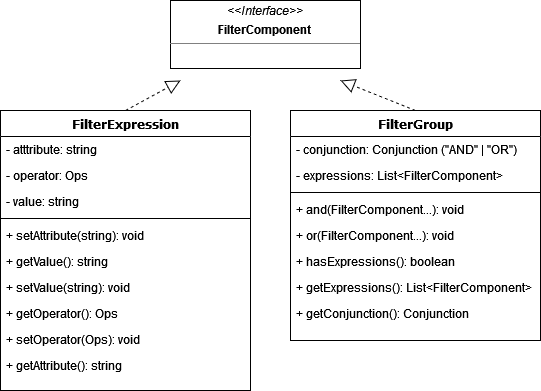
Above: docs/images/FilterSpec_Diagram.png in AAFC-BICoE/dina-base-api (draw.io), before the change. Source tidied: cells renumbered, new cells last; positions are measured from the earlier drawing's top-left corner, leaving out a move shared by most shapes. The source it was exported from:
```xml
<mxGraphModel>
  <root>
    <mxCell id="0" />
    <mxCell id="1" parent="0" />
    <mxCell id="2" value="FilterExpression" style="swimlane;html=1;fontStyle=1;align=center;verticalAlign=top;horizontal=1;startSize=26;swimlaneFillColor=#ffffff;rounded=0;shadow=0;comic=0;labelBackgroundColor=none;strokeWidth=1;fillColor=none;fontFamily=Verdana;fontSize=12;" parent="1" vertex="1">
      <mxGeometry y="110" width="250" height="280" as="geometry" />
    </mxCell>
    <mxCell id="3" value="- atttribute: string" style="text;html=1;strokeColor=none;fillColor=none;align=left;verticalAlign=top;spacingLeft=4;spacingRight=4;whiteSpace=wrap;overflow=hidden;" parent="2" vertex="1">
      <mxGeometry y="26" width="250" height="26" as="geometry" />
    </mxCell>
    <mxCell id="4" value="- operator: Ops" style="text;html=1;strokeColor=none;fillColor=none;align=left;verticalAlign=top;spacingLeft=4;spacingRight=4;whiteSpace=wrap;overflow=hidden;" parent="2" vertex="1">
      <mxGeometry y="52" width="250" height="26" as="geometry" />
    </mxCell>
    <mxCell id="5" value="- value: string" style="text;html=1;strokeColor=none;fillColor=none;align=left;verticalAlign=top;spacingLeft=4;spacingRight=4;whiteSpace=wrap;overflow=hidden;" parent="2" vertex="1">
      <mxGeometry y="78" width="250" height="26" as="geometry" />
    </mxCell>
    <mxCell id="6" style="line;html=1;strokeWidth=1;fillColor=none;align=left;verticalAlign=middle;spacingTop=-1;spacingLeft=3;spacingRight=3;labelPosition=right;" parent="2" vertex="1">
      <mxGeometry y="104" width="250" height="8" as="geometry" />
    </mxCell>
    <mxCell id="7" value="+ setAttribute(string): void" style="text;html=1;strokeColor=none;fillColor=none;align=left;verticalAlign=top;spacingLeft=4;spacingRight=4;whiteSpace=wrap;overflow=hidden;" parent="2" vertex="1">
      <mxGeometry y="112" width="250" height="26" as="geometry" />
    </mxCell>
    <mxCell id="8" value="+ getValue(): string" style="text;html=1;strokeColor=none;fillColor=none;align=left;verticalAlign=top;spacingLeft=4;spacingRight=4;whiteSpace=wrap;overflow=hidden;" parent="2" vertex="1">
      <mxGeometry y="138" width="250" height="26" as="geometry" />
    </mxCell>
    <mxCell id="9" value="+ setValue(string): void" style="text;html=1;strokeColor=none;fillColor=none;align=left;verticalAlign=top;spacingLeft=4;spacingRight=4;whiteSpace=wrap;overflow=hidden;" parent="2" vertex="1">
      <mxGeometry y="164" width="250" height="26" as="geometry" />
    </mxCell>
    <mxCell id="10" value="+ getOperator(): Ops" style="text;html=1;strokeColor=none;fillColor=none;align=left;verticalAlign=top;spacingLeft=4;spacingRight=4;whiteSpace=wrap;overflow=hidden;" parent="2" vertex="1">
      <mxGeometry y="190" width="250" height="26" as="geometry" />
    </mxCell>
    <mxCell id="11" value="+ setOperator(Ops): void" style="text;html=1;strokeColor=none;fillColor=none;align=left;verticalAlign=top;spacingLeft=4;spacingRight=4;whiteSpace=wrap;overflow=hidden;" parent="2" vertex="1">
      <mxGeometry y="216" width="250" height="26" as="geometry" />
    </mxCell>
    <mxCell id="12" value="&lt;div&gt;+ getAttribute(): string&lt;/div&gt;" style="text;html=1;strokeColor=none;fillColor=none;align=left;verticalAlign=top;spacingLeft=4;spacingRight=4;whiteSpace=wrap;overflow=hidden;" parent="2" vertex="1">
      <mxGeometry y="242" width="250" height="26" as="geometry" />
    </mxCell>
    <mxCell id="13" value="FilterGroup" style="swimlane;html=1;fontStyle=1;align=center;verticalAlign=top;horizontal=1;startSize=26;swimlaneFillColor=#ffffff;rounded=0;shadow=0;comic=0;labelBackgroundColor=none;strokeWidth=1;fillColor=none;fontFamily=Verdana;fontSize=12;" parent="1" vertex="1">
      <mxGeometry x="290" y="110" width="250" height="230" as="geometry" />
    </mxCell>
    <mxCell id="14" value="- conjunction: Conjunction (&quot;AND&quot; | &quot;OR&quot;)" style="text;html=1;strokeColor=none;fillColor=none;align=left;verticalAlign=top;spacingLeft=4;spacingRight=4;whiteSpace=wrap;overflow=hidden;" parent="13" vertex="1">
      <mxGeometry y="26" width="250" height="26" as="geometry" />
    </mxCell>
    <mxCell id="15" value="- expressions: List&amp;lt;FilterComponent&amp;gt;" style="text;html=1;strokeColor=none;fillColor=none;align=left;verticalAlign=top;spacingLeft=4;spacingRight=4;whiteSpace=wrap;overflow=hidden;" parent="13" vertex="1">
      <mxGeometry y="52" width="250" height="26" as="geometry" />
    </mxCell>
    <mxCell id="16" style="line;html=1;strokeWidth=1;fillColor=none;align=left;verticalAlign=middle;spacingTop=-1;spacingLeft=3;spacingRight=3;labelPosition=right;" parent="13" vertex="1">
      <mxGeometry y="78" width="250" height="8" as="geometry" />
    </mxCell>
    <mxCell id="17" value="+ and(FilterComponent...): void" style="text;html=1;strokeColor=none;fillColor=none;align=left;verticalAlign=top;spacingLeft=4;spacingRight=4;whiteSpace=wrap;overflow=hidden;points=[[0,0.5],[1,0.5]];portConstraint=eastwest;" parent="13" vertex="1">
      <mxGeometry y="86" width="250" height="26" as="geometry" />
    </mxCell>
    <mxCell id="18" value="+ or(FilterComponent...): void" style="text;html=1;strokeColor=none;fillColor=none;align=left;verticalAlign=top;spacingLeft=4;spacingRight=4;whiteSpace=wrap;overflow=hidden;" parent="13" vertex="1">
      <mxGeometry y="112" width="250" height="26" as="geometry" />
    </mxCell>
    <mxCell id="19" value="+ hasExpressions(): boolean" style="text;html=1;strokeColor=none;fillColor=none;align=left;verticalAlign=top;spacingLeft=4;spacingRight=4;whiteSpace=wrap;overflow=hidden;" parent="13" vertex="1">
      <mxGeometry y="138" width="250" height="26" as="geometry" />
    </mxCell>
    <mxCell id="20" value="+ getExpressions(): List&amp;lt;FilterComponent&amp;gt;" style="text;html=1;strokeColor=none;fillColor=none;align=left;verticalAlign=top;spacingLeft=4;spacingRight=4;whiteSpace=wrap;overflow=hidden;" parent="13" vertex="1">
      <mxGeometry y="164" width="250" height="26" as="geometry" />
    </mxCell>
    <mxCell id="21" value="+ getConjunction(): Conjunction" style="text;html=1;strokeColor=none;fillColor=none;align=left;verticalAlign=top;spacingLeft=4;spacingRight=4;whiteSpace=wrap;overflow=hidden;" parent="13" vertex="1">
      <mxGeometry y="190" width="250" height="26" as="geometry" />
    </mxCell>
    <mxCell id="22" value="&lt;p style=&quot;margin:0px;margin-top:4px;text-align:center;&quot;&gt;&lt;i&gt;&amp;lt;&amp;lt;Interface&amp;gt;&amp;gt;&lt;/i&gt;&lt;/p&gt;&lt;p style=&quot;margin:0px;margin-top:4px;text-align:center;&quot;&gt;&lt;b&gt;FilterComponent&lt;/b&gt;&lt;br&gt;&lt;/p&gt;&lt;hr size=&quot;1&quot;&gt;&lt;p style=&quot;margin:0px;margin-left:4px;&quot;&gt;&lt;br&gt;&lt;/p&gt;&lt;hr size=&quot;1&quot;&gt;&lt;p style=&quot;margin:0px;margin-left:4px;&quot;&gt;&lt;br&gt;&lt;/p&gt;" style="verticalAlign=top;align=left;overflow=fill;fontSize=12;fontFamily=Helvetica;html=1;whiteSpace=wrap;" parent="1" vertex="1">
      <mxGeometry x="170" width="190" height="68" as="geometry" />
    </mxCell>
    <mxCell id="23" style="endArrow=block;dashed=1;endFill=0;endSize=12;html=1;rounded=0;exitX=0.5;exitY=0;exitDx=0;exitDy=0;jumpStyle=sharp;" parent="1" edge="1" source="2">
      <mxGeometry relative="1" as="geometry">
        <mxPoint x="180" y="80" as="targetPoint" />
      </mxGeometry>
    </mxCell>
    <mxCell id="24" style="endArrow=block;dashed=1;endFill=0;endSize=12;html=1;rounded=0;exitX=0.5;exitY=0;exitDx=0;exitDy=0;" parent="1" edge="1" source="13">
      <mxGeometry relative="1" as="geometry">
        <mxPoint x="340" y="80" as="targetPoint" />
      </mxGeometry>
    </mxCell>
  </root>
</mxGraphModel>
```
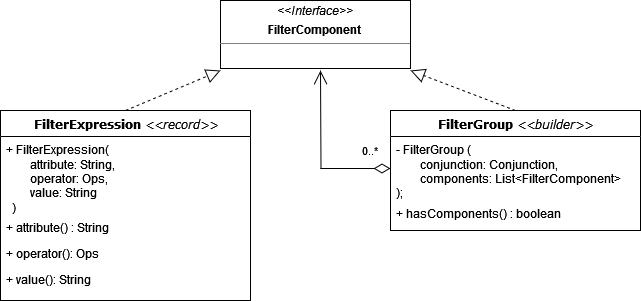
Later version of the same file.

Diff of the diagram source:
```diff
@@ -2,78 +2,47 @@
   <root>
     <mxCell id="0" />
     <mxCell id="1" parent="0" />
-    <mxCell id="2" value="FilterExpression" style="swimlane;html=1;fontStyle=1;align=center;verticalAlign=top;horizontal=1;startSize=26;swimlaneFillColor=#ffffff;rounded=0;shadow=0;comic=0;labelBackgroundColor=none;strokeWidth=1;fillColor=none;fontFamily=Verdana;fontSize=12;" parent="1" vertex="1">
-      <mxGeometry y="110" width="250" height="280" as="geometry" />
+    <mxCell id="2" value="FilterExpression &lt;span style=&quot;font-weight: normal;&quot;&gt;&lt;i&gt;&amp;lt;&amp;lt;record&amp;gt;&amp;gt;&lt;/i&gt;&lt;/span&gt;" style="swimlane;html=1;fontStyle=1;align=center;verticalAlign=top;horizontal=1;startSize=26;swimlaneFillColor=#ffffff;rounded=0;shadow=0;comic=0;labelBackgroundColor=none;strokeWidth=1;fillColor=default;fontFamily=Verdana;fontSize=12;" parent="1" vertex="1">
+      <mxGeometry x="-50" y="110" width="250" height="190" as="geometry" />
     </mxCell>
-    <mxCell id="3" value="- atttribute: string" style="text;html=1;strokeColor=none;fillColor=none;align=left;verticalAlign=top;spacingLeft=4;spacingRight=4;whiteSpace=wrap;overflow=hidden;" parent="2" vertex="1">
-      <mxGeometry y="26" width="250" height="26" as="geometry" />
-    </mxCell>
-    <mxCell id="4" value="- operator: Ops" style="text;html=1;strokeColor=none;fillColor=none;align=left;verticalAlign=top;spacingLeft=4;spacingRight=4;whiteSpace=wrap;overflow=hidden;" parent="2" vertex="1">
-      <mxGeometry y="52" width="250" height="26" as="geometry" />
-    </mxCell>
-    <mxCell id="5" value="- value: string" style="text;html=1;strokeColor=none;fillColor=none;align=left;verticalAlign=top;spacingLeft=4;spacingRight=4;whiteSpace=wrap;overflow=hidden;" parent="2" vertex="1">
-      <mxGeometry y="78" width="250" height="26" as="geometry" />
-    </mxCell>
-    <mxCell id="6" style="line;html=1;strokeWidth=1;fillColor=none;align=left;verticalAlign=middle;spacingTop=-1;spacingLeft=3;spacingRight=3;labelPosition=right;" parent="2" vertex="1">
-      <mxGeometry y="104" width="250" height="8" as="geometry" />
-    </mxCell>
-    <mxCell id="7" value="+ setAttribute(string): void" style="text;html=1;strokeColor=none;fillColor=none;align=left;verticalAlign=top;spacingLeft=4;spacingRight=4;whiteSpace=wrap;overflow=hidden;" parent="2" vertex="1">
-      <mxGeometry y="112" width="250" height="26" as="geometry" />
+    <mxCell id="7" value="+ FilterExpression(&lt;br&gt;&lt;div&gt;&lt;span style=&quot;white-space: pre;&quot;&gt; &lt;/span&gt;attribute: String,&lt;/div&gt;&lt;div&gt;&lt;span style=&quot;white-space: pre;&quot;&gt; &lt;/span&gt;operator: Ops,&lt;/div&gt;&lt;div&gt;&lt;span style=&quot;white-space: pre;&quot;&gt; &lt;/span&gt;value: String&lt;/div&gt;&lt;div&gt;&amp;nbsp; )&lt;br&gt;&lt;/div&gt;" style="text;html=1;strokeColor=none;fillColor=none;align=left;verticalAlign=top;spacingLeft=4;spacingRight=4;whiteSpace=wrap;overflow=hidden;" parent="2" vertex="1">
+      <mxGeometry y="26" width="250" height="78" as="geometry" />
     </mxCell>
-    <mxCell id="8" value="+ getValue(): string" style="text;html=1;strokeColor=none;fillColor=none;align=left;verticalAlign=top;spacingLeft=4;spacingRight=4;whiteSpace=wrap;overflow=hidden;" parent="2" vertex="1">
-      <mxGeometry y="138" width="250" height="26" as="geometry" />
-    </mxCell>
-    <mxCell id="9" value="+ setValue(string): void" style="text;html=1;strokeColor=none;fillColor=none;align=left;verticalAlign=top;spacingLeft=4;spacingRight=4;whiteSpace=wrap;overflow=hidden;" parent="2" vertex="1">
-      <mxGeometry y="164" width="250" height="26" as="geometry" />
-    </mxCell>
-    <mxCell id="10" value="+ getOperator(): Ops" style="text;html=1;strokeColor=none;fillColor=none;align=left;verticalAlign=top;spacingLeft=4;spacingRight=4;whiteSpace=wrap;overflow=hidden;" parent="2" vertex="1">
-      <mxGeometry y="190" width="250" height="26" as="geometry" />
-    </mxCell>
-    <mxCell id="11" value="+ setOperator(Ops): void" style="text;html=1;strokeColor=none;fillColor=none;align=left;verticalAlign=top;spacingLeft=4;spacingRight=4;whiteSpace=wrap;overflow=hidden;" parent="2" vertex="1">
-      <mxGeometry y="216" width="250" height="26" as="geometry" />
-    </mxCell>
-    <mxCell id="12" value="&lt;div&gt;+ getAttribute(): string&lt;/div&gt;" style="text;html=1;strokeColor=none;fillColor=none;align=left;verticalAlign=top;spacingLeft=4;spacingRight=4;whiteSpace=wrap;overflow=hidden;" parent="2" vertex="1">
-      <mxGeometry y="242" width="250" height="26" as="geometry" />
-    </mxCell>
+    <mxCell id="25" value="+ attribute() : String" style="text;html=1;strokeColor=none;fillColor=none;align=left;verticalAlign=top;spacingLeft=4;spacingRight=4;whiteSpace=wrap;overflow=hidden;" parent="2" vertex="1">
+      <mxGeometry y="104" width="250" height="26" as="geometry" />
+    </mxCell>
+    <mxCell id="26" value="&lt;div&gt;+ operator(): Ops&lt;/div&gt;" style="text;html=1;strokeColor=none;fillColor=none;align=left;verticalAlign=top;spacingLeft=4;spacingRight=4;whiteSpace=wrap;overflow=hidden;" parent="2" vertex="1">
+      <mxGeometry y="130" width="250" height="26" as="geometry" />
+    </mxCell>
+    <mxCell id="27" value="+ value(): String" style="text;html=1;strokeColor=none;fillColor=none;align=left;verticalAlign=top;spacingLeft=4;spacingRight=4;whiteSpace=wrap;overflow=hidden;" parent="2" vertex="1">
+      <mxGeometry y="156" width="250" height="26" as="geometry" />
+    </mxCell>
-    <mxCell id="13" value="FilterGroup" style="swimlane;html=1;fontStyle=1;align=center;verticalAlign=top;horizontal=1;startSize=26;swimlaneFillColor=#ffffff;rounded=0;shadow=0;comic=0;labelBackgroundColor=none;strokeWidth=1;fillColor=none;fontFamily=Verdana;fontSize=12;" parent="1" vertex="1">
-      <mxGeometry x="290" y="110" width="250" height="230" as="geometry" />
+    <mxCell id="13" value="FilterGroup &lt;span style=&quot;font-weight: normal;&quot;&gt;&lt;i&gt;&amp;lt;&amp;lt;builder&amp;gt;&amp;gt;&lt;/i&gt;&lt;/span&gt;" style="swimlane;html=1;fontStyle=1;align=center;verticalAlign=top;horizontal=1;startSize=26;swimlaneFillColor=#ffffff;rounded=0;shadow=0;comic=0;labelBackgroundColor=none;strokeWidth=1;fillColor=default;fontFamily=Verdana;fontSize=12;" parent="1" vertex="1">
+      <mxGeometry x="340" y="110" width="250" height="120" as="geometry" />
     </mxCell>
-    <mxCell id="14" value="- conjunction: Conjunction (&quot;AND&quot; | &quot;OR&quot;)" style="text;html=1;strokeColor=none;fillColor=none;align=left;verticalAlign=top;spacingLeft=4;spacingRight=4;whiteSpace=wrap;overflow=hidden;" parent="13" vertex="1">
-      <mxGeometry y="26" width="250" height="26" as="geometry" />
-    </mxCell>
-    <mxCell id="15" value="- expressions: List&amp;lt;FilterComponent&amp;gt;" style="text;html=1;strokeColor=none;fillColor=none;align=left;verticalAlign=top;spacingLeft=4;spacingRight=4;whiteSpace=wrap;overflow=hidden;" parent="13" vertex="1">
-      <mxGeometry y="52" width="250" height="26" as="geometry" />
-    </mxCell>
-    <mxCell id="16" style="line;html=1;strokeWidth=1;fillColor=none;align=left;verticalAlign=middle;spacingTop=-1;spacingLeft=3;spacingRight=3;labelPosition=right;" parent="13" vertex="1">
-      <mxGeometry y="78" width="250" height="8" as="geometry" />
-    </mxCell>
-    <mxCell id="17" value="+ and(FilterComponent...): void" style="text;html=1;strokeColor=none;fillColor=none;align=left;verticalAlign=top;spacingLeft=4;spacingRight=4;whiteSpace=wrap;overflow=hidden;points=[[0,0.5],[1,0.5]];portConstraint=eastwest;" parent="13" vertex="1">
-      <mxGeometry y="86" width="250" height="26" as="geometry" />
+    <mxCell id="17" value="&lt;div&gt;- FilterGroup (&lt;/div&gt;&lt;div&gt;&lt;span style=&quot;white-space: pre;&quot;&gt; &lt;/span&gt;conjunction: Conjunction,&lt;/div&gt;&lt;div&gt;&lt;span style=&quot;white-space: pre;&quot;&gt; &lt;/span&gt;components: List&amp;lt;FilterComponent&amp;gt;&lt;/div&gt;&lt;div&gt;);&lt;/div&gt;&lt;div&gt;&lt;br&gt;&lt;/div&gt;" style="text;html=1;strokeColor=none;fillColor=none;align=left;verticalAlign=top;spacingLeft=4;spacingRight=4;whiteSpace=wrap;overflow=hidden;points=[[0,0.5],[1,0.5]];portConstraint=eastwest;" parent="13" vertex="1">
+      <mxGeometry y="26" width="250" height="64" as="geometry" />
     </mxCell>
-    <mxCell id="18" value="+ or(FilterComponent...): void" style="text;html=1;strokeColor=none;fillColor=none;align=left;verticalAlign=top;spacingLeft=4;spacingRight=4;whiteSpace=wrap;overflow=hidden;" parent="13" vertex="1">
-      <mxGeometry y="112" width="250" height="26" as="geometry" />
-    </mxCell>
-    <mxCell id="19" value="+ hasExpressions(): boolean" style="text;html=1;strokeColor=none;fillColor=none;align=left;verticalAlign=top;spacingLeft=4;spacingRight=4;whiteSpace=wrap;overflow=hidden;" parent="13" vertex="1">
-      <mxGeometry y="138" width="250" height="26" as="geometry" />
-    </mxCell>
-    <mxCell id="20" value="+ getExpressions(): List&amp;lt;FilterComponent&amp;gt;" style="text;html=1;strokeColor=none;fillColor=none;align=left;verticalAlign=top;spacingLeft=4;spacingRight=4;whiteSpace=wrap;overflow=hidden;" parent="13" vertex="1">
-      <mxGeometry y="164" width="250" height="26" as="geometry" />
-    </mxCell>
-    <mxCell id="21" value="+ getConjunction(): Conjunction" style="text;html=1;strokeColor=none;fillColor=none;align=left;verticalAlign=top;spacingLeft=4;spacingRight=4;whiteSpace=wrap;overflow=hidden;" parent="13" vertex="1">
-      <mxGeometry y="190" width="250" height="26" as="geometry" />
-    </mxCell>
+    <mxCell id="28" value="+ hasComponents() : boolean" style="text;html=1;strokeColor=none;fillColor=none;align=left;verticalAlign=top;spacingLeft=4;spacingRight=4;whiteSpace=wrap;overflow=hidden;" parent="13" vertex="1">
+      <mxGeometry y="90" width="250" height="30" as="geometry" />
+    </mxCell>
     <mxCell id="22" value="&lt;p style=&quot;margin:0px;margin-top:4px;text-align:center;&quot;&gt;&lt;i&gt;&amp;lt;&amp;lt;Interface&amp;gt;&amp;gt;&lt;/i&gt;&lt;/p&gt;&lt;p style=&quot;margin:0px;margin-top:4px;text-align:center;&quot;&gt;&lt;b&gt;FilterComponent&lt;/b&gt;&lt;br&gt;&lt;/p&gt;&lt;hr size=&quot;1&quot;&gt;&lt;p style=&quot;margin:0px;margin-left:4px;&quot;&gt;&lt;br&gt;&lt;/p&gt;&lt;hr size=&quot;1&quot;&gt;&lt;p style=&quot;margin:0px;margin-left:4px;&quot;&gt;&lt;br&gt;&lt;/p&gt;" style="verticalAlign=top;align=left;overflow=fill;fontSize=12;fontFamily=Helvetica;html=1;whiteSpace=wrap;" parent="1" vertex="1">
       <mxGeometry x="170" width="190" height="68" as="geometry" />
     </mxCell>
     <mxCell id="23" style="endArrow=block;dashed=1;endFill=0;endSize=12;html=1;rounded=0;exitX=0.5;exitY=0;exitDx=0;exitDy=0;jumpStyle=sharp;" parent="1" edge="1" source="2">
       <mxGeometry relative="1" as="geometry">
-        <mxPoint x="180" y="80" as="targetPoint" />
+        <mxPoint x="170" y="70" as="targetPoint" />
       </mxGeometry>
     </mxCell>
     <mxCell id="24" style="endArrow=block;dashed=1;endFill=0;endSize=12;html=1;rounded=0;exitX=0.5;exitY=0;exitDx=0;exitDy=0;" parent="1" edge="1" source="13">
       <mxGeometry relative="1" as="geometry">
-        <mxPoint x="340" y="80" as="targetPoint" />
+        <mxPoint x="360" y="70" as="targetPoint" />
       </mxGeometry>
     </mxCell>
+    <mxCell id="29" value="0..*" style="endArrow=open;html=1;endSize=12;startArrow=diamondThin;startSize=14;startFill=0;edgeStyle=orthogonalEdgeStyle;align=left;verticalAlign=bottom;rounded=0;exitX=0;exitY=0.5;exitDx=0;exitDy=0;" parent="1" edge="1" source="17">
+      <mxGeometry x="-0.64" y="-8" relative="1" as="geometry">
+        <mxPoint x="270" y="70" as="targetPoint" />
+      </mxGeometry>
+    </mxCell>
   </root>
 </mxGraphModel>
```
